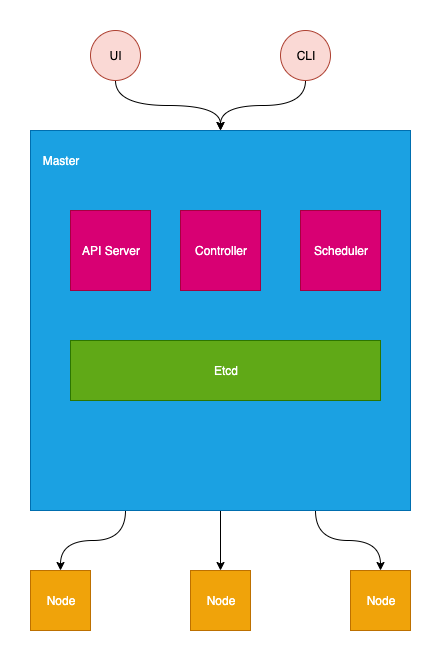
Earlier version of the draw.io export kubernetes/images/k8s-master.png (web1992/read). Source tidied: cells renumbered, new cells last; positions are measured from the earlier drawing's top-left corner, leaving out a move shared by most shapes. Source of this version:
```xml
<mxGraphModel>
  <root>
    <mxCell id="0" />
    <mxCell id="1" parent="0" />
    <mxCell id="2" style="edgeStyle=orthogonalEdgeStyle;curved=1;rounded=0;jettySize=auto;html=1;exitX=0.25;exitY=1;exitDx=0;exitDy=0;entryX=0.5;entryY=0;entryDx=0;entryDy=0;fontColor=#FFFFFF;" parent="1" edge="1" source="5" target="11">
      <mxGeometry relative="1" as="geometry" />
    </mxCell>
    <mxCell id="3" style="edgeStyle=orthogonalEdgeStyle;curved=1;rounded=0;jettySize=auto;html=1;exitX=0.5;exitY=1;exitDx=0;exitDy=0;entryX=0.5;entryY=0;entryDx=0;entryDy=0;fontColor=#FFFFFF;" parent="1" edge="1" source="5" target="12">
      <mxGeometry relative="1" as="geometry" />
    </mxCell>
    <mxCell id="4" style="edgeStyle=orthogonalEdgeStyle;curved=1;rounded=0;jettySize=auto;html=1;exitX=0.75;exitY=1;exitDx=0;exitDy=0;entryX=0.5;entryY=0;entryDx=0;entryDy=0;fontColor=#FFFFFF;" parent="1" edge="1" source="5" target="13">
      <mxGeometry relative="1" as="geometry" />
    </mxCell>
    <mxCell id="5" style="whiteSpace=wrap;html=1;fillColor=#1ba1e2;strokeColor=#006EAF;fontColor=#ffffff;" parent="1" vertex="1">
      <mxGeometry y="100" width="380" height="380" as="geometry" />
    </mxCell>
    <mxCell id="6" value="Master" style="text;html=1;strokeColor=none;fillColor=none;align=center;verticalAlign=middle;whiteSpace=wrap;rounded=0;fontColor=#FFFFFF;" parent="1" vertex="1">
      <mxGeometry x="10" y="120" width="40" height="20" as="geometry" />
    </mxCell>
    <mxCell id="7" value="API Server" style="whiteSpace=wrap;html=1;fontColor=#ffffff;fillColor=#d80073;strokeColor=#A50040;" parent="1" vertex="1">
      <mxGeometry x="40" y="180" width="80" height="80" as="geometry" />
    </mxCell>
    <mxCell id="8" value="Controller" style="whiteSpace=wrap;html=1;fontColor=#ffffff;fillColor=#d80073;strokeColor=#A50040;" parent="1" vertex="1">
      <mxGeometry x="150" y="180" width="80" height="80" as="geometry" />
    </mxCell>
    <mxCell id="9" value="Scheduler" style="whiteSpace=wrap;html=1;fontColor=#ffffff;fillColor=#d80073;strokeColor=#A50040;" parent="1" vertex="1">
      <mxGeometry x="270" y="180" width="80" height="80" as="geometry" />
    </mxCell>
    <mxCell id="10" value="Etcd" style="rounded=0;whiteSpace=wrap;html=1;fontColor=#ffffff;fillColor=#60a917;strokeColor=#2D7600;" parent="1" vertex="1">
      <mxGeometry x="40" y="310" width="310" height="60" as="geometry" />
    </mxCell>
    <mxCell id="11" value="Node" style="rounded=0;whiteSpace=wrap;html=1;fontColor=#ffffff;fillColor=#f0a30a;strokeColor=#BD7000;" parent="1" vertex="1">
      <mxGeometry y="540" width="60" height="60" as="geometry" />
    </mxCell>
    <mxCell id="12" value="&lt;span style=&quot;white-space: normal&quot;&gt;Node&lt;/span&gt;" style="rounded=0;whiteSpace=wrap;html=1;fontColor=#ffffff;fillColor=#f0a30a;strokeColor=#BD7000;" parent="1" vertex="1">
      <mxGeometry x="160" y="540" width="60" height="60" as="geometry" />
    </mxCell>
    <mxCell id="13" value="&lt;span style=&quot;white-space: normal&quot;&gt;Node&lt;/span&gt;" style="rounded=0;whiteSpace=wrap;html=1;fontColor=#ffffff;fillColor=#f0a30a;strokeColor=#BD7000;" parent="1" vertex="1">
      <mxGeometry x="320" y="540" width="60" height="60" as="geometry" />
    </mxCell>
    <mxCell id="14" style="edgeStyle=orthogonalEdgeStyle;curved=1;rounded=0;jettySize=auto;html=1;exitX=0.5;exitY=1;exitDx=0;exitDy=0;fontColor=#FFFFFF;" parent="1" edge="1" source="15" target="5">
      <mxGeometry relative="1" as="geometry" />
    </mxCell>
    <mxCell id="15" value="UI" style="ellipse;whiteSpace=wrap;html=1;fillColor=#fad9d5;strokeColor=#ae4132;" parent="1" vertex="1">
      <mxGeometry x="60" width="50" height="50" as="geometry" />
    </mxCell>
    <mxCell id="16" style="edgeStyle=orthogonalEdgeStyle;curved=1;rounded=0;jettySize=auto;html=1;exitX=0.5;exitY=1;exitDx=0;exitDy=0;entryX=0.5;entryY=0;entryDx=0;entryDy=0;fontColor=#FFFFFF;" parent="1" edge="1" source="17" target="5">
      <mxGeometry relative="1" as="geometry" />
    </mxCell>
    <mxCell id="17" value="CLI" style="ellipse;whiteSpace=wrap;html=1;fillColor=#fad9d5;strokeColor=#ae4132;" parent="1" vertex="1">
      <mxGeometry x="250" width="50" height="50" as="geometry" />
    </mxCell>
  </root>
</mxGraphModel>
```
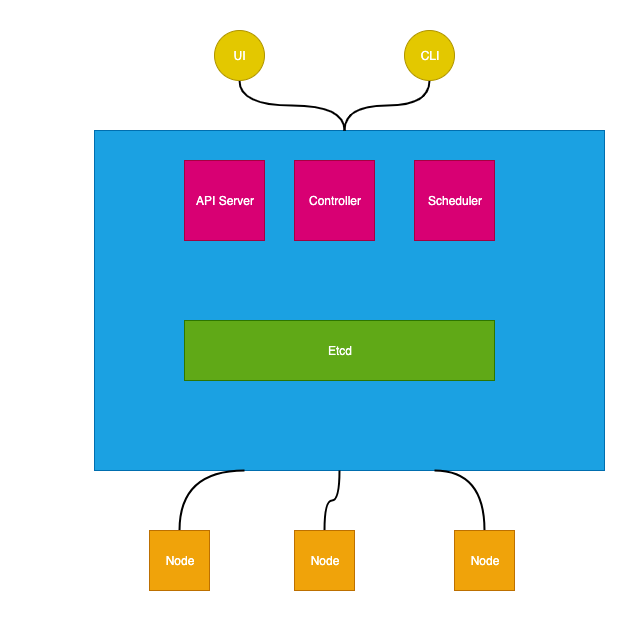
After the change.

Diff of the diagram source:
```diff
@@ -2,53 +2,66 @@
   <root>
     <mxCell id="0" />
     <mxCell id="1" parent="0" />
+    <mxCell id="18" style="rounded=0;whiteSpace=wrap;html=1;fontColor=#ffffff;fillColor=#1ba1e2;strokeColor=#006EAF;" parent="1" vertex="1">
+      <mxGeometry x="-20" y="160" width="510" height="340" as="geometry" />
+    </mxCell>
-    <mxCell id="2" style="edgeStyle=orthogonalEdgeStyle;curved=1;rounded=0;jettySize=auto;html=1;exitX=0.25;exitY=1;exitDx=0;exitDy=0;entryX=0.5;entryY=0;entryDx=0;entryDy=0;fontColor=#FFFFFF;" parent="1" edge="1" source="5" target="11">
-      <mxGeometry relative="1" as="geometry" />
+    <mxCell id="2" style="edgeStyle=orthogonalEdgeStyle;curved=1;rounded=0;jettySize=auto;html=1;exitX=0.25;exitY=1;exitDx=0;exitDy=0;entryX=0.5;entryY=0;entryDx=0;entryDy=0;fontColor=#FFFFFF;strokeWidth=2;endArrow=none;endFill=0;" parent="1" edge="1" target="11">
+      <mxGeometry relative="1" as="geometry">
+        <mxPoint x="130" y="500" as="sourcePoint" />
+      </mxGeometry>
     </mxCell>
-    <mxCell id="3" style="edgeStyle=orthogonalEdgeStyle;curved=1;rounded=0;jettySize=auto;html=1;exitX=0.5;exitY=1;exitDx=0;exitDy=0;entryX=0.5;entryY=0;entryDx=0;entryDy=0;fontColor=#FFFFFF;" parent="1" edge="1" source="5" target="12">
-      <mxGeometry relative="1" as="geometry" />
+    <mxCell id="3" style="edgeStyle=orthogonalEdgeStyle;curved=1;rounded=0;jettySize=auto;html=1;exitX=0.5;exitY=1;exitDx=0;exitDy=0;entryX=0.5;entryY=0;entryDx=0;entryDy=0;fontColor=#FFFFFF;strokeWidth=2;endArrow=none;endFill=0;" parent="1" edge="1" target="12">
+      <mxGeometry relative="1" as="geometry">
+        <mxPoint x="225" y="500" as="sourcePoint" />
+      </mxGeometry>
     </mxCell>
-    <mxCell id="4" style="edgeStyle=orthogonalEdgeStyle;curved=1;rounded=0;jettySize=auto;html=1;exitX=0.75;exitY=1;exitDx=0;exitDy=0;entryX=0.5;entryY=0;entryDx=0;entryDy=0;fontColor=#FFFFFF;" parent="1" edge="1" source="5" target="13">
-      <mxGeometry relative="1" as="geometry" />
+    <mxCell id="4" style="edgeStyle=orthogonalEdgeStyle;curved=1;rounded=0;jettySize=auto;html=1;exitX=0.75;exitY=1;exitDx=0;exitDy=0;entryX=0.5;entryY=0;entryDx=0;entryDy=0;fontColor=#FFFFFF;strokeWidth=2;endArrow=none;endFill=0;" parent="1" edge="1" target="13">
+      <mxGeometry relative="1" as="geometry">
+        <mxPoint x="320" y="500" as="sourcePoint" />
+      </mxGeometry>
     </mxCell>
-    <mxCell id="5" style="whiteSpace=wrap;html=1;fillColor=#1ba1e2;strokeColor=#006EAF;fontColor=#ffffff;" parent="1" vertex="1">
-      <mxGeometry y="100" width="380" height="380" as="geometry" />
-    </mxCell>
     <mxCell id="6" value="Master" style="text;html=1;strokeColor=none;fillColor=none;align=center;verticalAlign=middle;whiteSpace=wrap;rounded=0;fontColor=#FFFFFF;" parent="1" vertex="1">
       <mxGeometry x="10" y="120" width="40" height="20" as="geometry" />
     </mxCell>
     <mxCell id="7" value="API Server" style="whiteSpace=wrap;html=1;fontColor=#ffffff;fillColor=#d80073;strokeColor=#A50040;" parent="1" vertex="1">
-      <mxGeometry x="40" y="180" width="80" height="80" as="geometry" />
+      <mxGeometry x="70" y="190" width="80" height="80" as="geometry" />
     </mxCell>
     <mxCell id="8" value="Controller" style="whiteSpace=wrap;html=1;fontColor=#ffffff;fillColor=#d80073;strokeColor=#A50040;" parent="1" vertex="1">
-      <mxGeometry x="150" y="180" width="80" height="80" as="geometry" />
+      <mxGeometry x="180" y="190" width="80" height="80" as="geometry" />
     </mxCell>
     <mxCell id="9" value="Scheduler" style="whiteSpace=wrap;html=1;fontColor=#ffffff;fillColor=#d80073;strokeColor=#A50040;" parent="1" vertex="1">
-      <mxGeometry x="270" y="180" width="80" height="80" as="geometry" />
+      <mxGeometry x="300" y="190" width="80" height="80" as="geometry" />
     </mxCell>
     <mxCell id="10" value="Etcd" style="rounded=0;whiteSpace=wrap;html=1;fontColor=#ffffff;fillColor=#60a917;strokeColor=#2D7600;" parent="1" vertex="1">
-      <mxGeometry x="40" y="310" width="310" height="60" as="geometry" />
+      <mxGeometry x="70" y="350" width="310" height="60" as="geometry" />
     </mxCell>
     <mxCell id="11" value="Node" style="rounded=0;whiteSpace=wrap;html=1;fontColor=#ffffff;fillColor=#f0a30a;strokeColor=#BD7000;" parent="1" vertex="1">
-      <mxGeometry y="540" width="60" height="60" as="geometry" />
+      <mxGeometry x="35" y="560" width="60" height="60" as="geometry" />
     </mxCell>
     <mxCell id="12" value="&lt;span style=&quot;white-space: normal&quot;&gt;Node&lt;/span&gt;" style="rounded=0;whiteSpace=wrap;html=1;fontColor=#ffffff;fillColor=#f0a30a;strokeColor=#BD7000;" parent="1" vertex="1">
-      <mxGeometry x="160" y="540" width="60" height="60" as="geometry" />
+      <mxGeometry x="180" y="560" width="60" height="60" as="geometry" />
     </mxCell>
     <mxCell id="13" value="&lt;span style=&quot;white-space: normal&quot;&gt;Node&lt;/span&gt;" style="rounded=0;whiteSpace=wrap;html=1;fontColor=#ffffff;fillColor=#f0a30a;strokeColor=#BD7000;" parent="1" vertex="1">
-      <mxGeometry x="320" y="540" width="60" height="60" as="geometry" />
+      <mxGeometry x="340" y="560" width="60" height="60" as="geometry" />
     </mxCell>
-    <mxCell id="14" style="edgeStyle=orthogonalEdgeStyle;curved=1;rounded=0;jettySize=auto;html=1;exitX=0.5;exitY=1;exitDx=0;exitDy=0;fontColor=#FFFFFF;" parent="1" edge="1" source="15" target="5">
-      <mxGeometry relative="1" as="geometry" />
+    <mxCell id="14" style="edgeStyle=orthogonalEdgeStyle;curved=1;rounded=0;jettySize=auto;html=1;exitX=0.5;exitY=1;exitDx=0;exitDy=0;fontColor=#FFFFFF;strokeWidth=2;endArrow=none;endFill=0;" parent="1" edge="1" source="15">
+      <mxGeometry relative="1" as="geometry">
+        <mxPoint x="230" y="160" as="targetPoint" />
+      </mxGeometry>
     </mxCell>
-    <mxCell id="15" value="UI" style="ellipse;whiteSpace=wrap;html=1;fillColor=#fad9d5;strokeColor=#ae4132;" parent="1" vertex="1">
-      <mxGeometry x="60" width="50" height="50" as="geometry" />
+    <mxCell id="15" value="UI" style="ellipse;whiteSpace=wrap;html=1;fillColor=#e3c800;strokeColor=#B09500;fontColor=#ffffff;" parent="1" vertex="1">
+      <mxGeometry x="100" y="60" width="50" height="50" as="geometry" />
     </mxCell>
-    <mxCell id="16" style="edgeStyle=orthogonalEdgeStyle;curved=1;rounded=0;jettySize=auto;html=1;exitX=0.5;exitY=1;exitDx=0;exitDy=0;entryX=0.5;entryY=0;entryDx=0;entryDy=0;fontColor=#FFFFFF;" parent="1" edge="1" source="17" target="5">
-      <mxGeometry relative="1" as="geometry" />
+    <mxCell id="16" style="edgeStyle=orthogonalEdgeStyle;curved=1;rounded=0;jettySize=auto;html=1;exitX=0.5;exitY=1;exitDx=0;exitDy=0;entryX=0.5;entryY=0;entryDx=0;entryDy=0;fontColor=#FFFFFF;strokeWidth=2;endArrow=none;endFill=0;" parent="1" edge="1" source="17">
+      <mxGeometry relative="1" as="geometry">
+        <mxPoint x="230" y="160" as="targetPoint" />
+      </mxGeometry>
     </mxCell>
-    <mxCell id="17" value="CLI" style="ellipse;whiteSpace=wrap;html=1;fillColor=#fad9d5;strokeColor=#ae4132;" parent="1" vertex="1">
-      <mxGeometry x="250" width="50" height="50" as="geometry" />
+    <mxCell id="17" value="CLI" style="ellipse;whiteSpace=wrap;html=1;fillColor=#e3c800;strokeColor=#B09500;fontColor=#ffffff;" parent="1" vertex="1">
+      <mxGeometry x="290" y="60" width="50" height="50" as="geometry" />
     </mxCell>
+    <mxCell id="19" value="Text" style="text;html=1;align=center;verticalAlign=middle;fontColor=#FFFFFF;" parent="1" vertex="1">
+      <mxGeometry x="-84" y="64" width="40" height="20" as="geometry" />
+    </mxCell>
   </root>
 </mxGraphModel>
```
